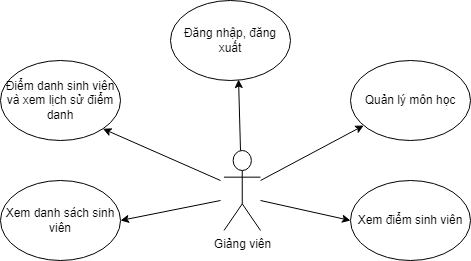
Above: TaiLieu/Sơ đồ gì đó/sơ đồ usecase/giangvien.drawio.png in PhamTienThanhCong/Quan-ly-sinh-vien (draw.io), before the change. Source tidied: cells renumbered, new cells last; positions are measured from the earlier drawing's top-left corner, leaving out a move shared by most shapes.
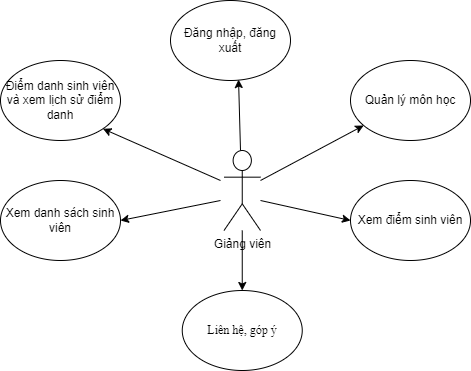
After the commit.

What changed in the source:
```diff
@@ -1,7 +1,10 @@
-<mxGraphModel background="#ffffff">
+<mxGraphModel>
   <root>
     <mxCell id="0" />
     <mxCell id="1" parent="0" />
+    <mxCell id="13" style="edgeStyle=none;html=1;fontFamily=Helvetica;fontSize=12;" parent="1" edge="1" source="2" target="14">
+      <mxGeometry relative="1" as="geometry" />
+    </mxCell>
     <mxCell id="2" value="Giảng viên" style="shape=umlActor;verticalLabelPosition=bottom;verticalAlign=top;html=1;outlineConnect=0;" parent="1" vertex="1">
       <mxGeometry x="223.5" y="150" width="36.5" height="80" as="geometry" />
     </mxCell>
@@ -45,5 +48,8 @@
         <mxPoint x="240" y="150" as="sourcePoint" />
       </mxGeometry>
     </mxCell>
+    <mxCell id="14" value="&lt;span id=&quot;docs-internal-guid-c9ae98c2-7fff-6f89-f237-37505c00f7e4&quot;&gt;&lt;span style=&quot;font-family: &amp;#34;times new roman&amp;#34; ; color: rgb(0 , 0 , 0) ; background-color: rgb(255 , 255 , 255) ; vertical-align: baseline&quot;&gt;Liên hệ, góp ý&lt;/span&gt;&lt;/span&gt;" style="ellipse;whiteSpace=wrap;html=1;" parent="1" vertex="1">
+      <mxGeometry x="181.8" y="290" width="120" height="80" as="geometry" />
+    </mxCell>
   </root>
 </mxGraphModel>
```
